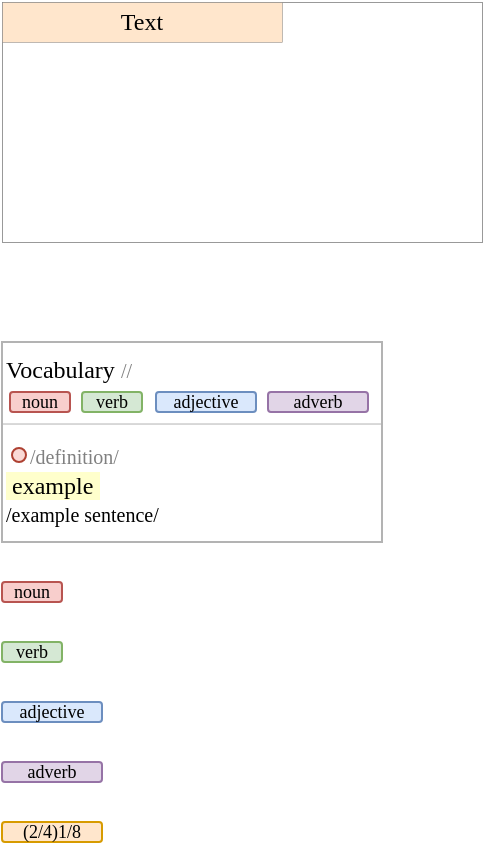
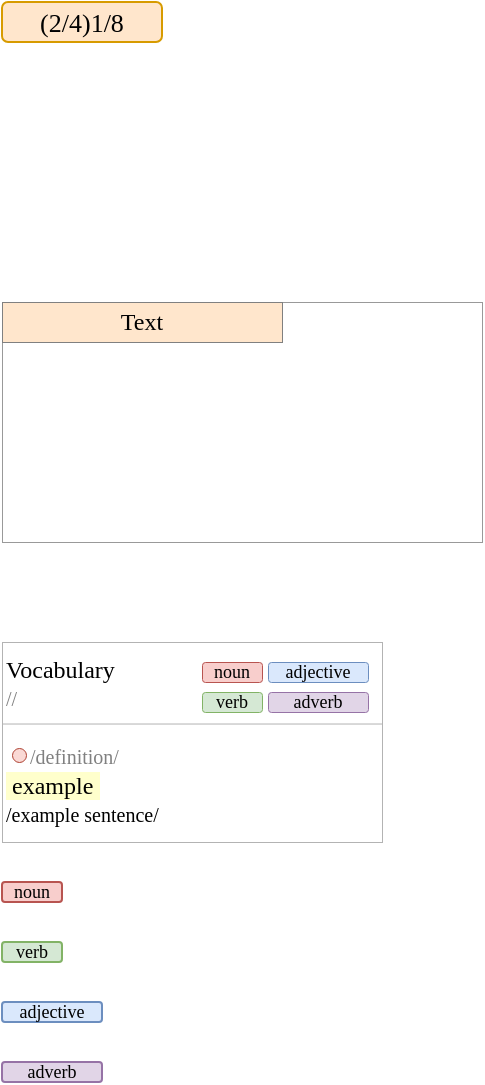
<mxfile host="app.diagrams.net" agent="Mozilla/5.0 (Macintosh; Intel Mac OS X 10_15_7) AppleWebKit/537.36 (KHTML, like Gecko) draw.io/29.3.0 Chrome/140.0.7339.249 Electron/38.7.2 Safari/537.36">
  <diagram name="work" id="fl1Ub4_RzcGnxSHl35ew">
-     <mxGraphModel dx="1087" dy="5137" grid="1" gridSize="10" guides="1" tooltips="1" connect="1" arrows="1" fold="1" page="1" pageScale="1" pageWidth="3300" pageHeight="4681" math="0" shadow="0">
+     <mxGraphModel dx="627" dy="4944" grid="1" gridSize="10" guides="1" tooltips="1" connect="1" arrows="1" fold="1" page="1" pageScale="1" pageWidth="3300" pageHeight="4681" math="0" shadow="0">
      <root>
        <mxCell id="0" />
        <mxCell id="1" parent="0" />
        <mxCell id="IXuCNjXYKzgE3uD9pj-D-1" parent="1" style="rounded=0;whiteSpace=wrap;html=1;fontFamily=Comic Sans MS;align=left;verticalAlign=top;strokeColor=#999999;strokeWidth=0.5;fillColor=none;" value="" vertex="1">
          <mxGeometry height="120" width="240" x="160" y="-10" as="geometry" />
        </mxCell>
-         <mxCell id="IXuCNjXYKzgE3uD9pj-D-2" parent="1" style="text;html=1;whiteSpace=wrap;strokeColor=#808080;fillColor=#FFE6CC;align=center;verticalAlign=middle;rounded=0;strokeWidth=0.25;" value="&lt;font face=&quot;Comic Sans MS&quot;&gt;Text&lt;/font&gt;" vertex="1">
+         <mxCell id="IXuCNjXYKzgE3uD9pj-D-2" parent="1" style="text;html=1;whiteSpace=wrap;strokeColor=#808080;fillColor=#FFE6CC;align=center;verticalAlign=middle;rounded=0;strokeWidth=0.5;" value="&lt;font face=&quot;Comic Sans MS&quot;&gt;Text&lt;/font&gt;" vertex="1">
          <mxGeometry height="20" width="140" x="160" y="-10" as="geometry" />
        </mxCell>
-         <mxCell id="IXuCNjXYKzgE3uD9pj-D-4" parent="1" style="rounded=0;whiteSpace=wrap;html=1;fontFamily=Comic Sans MS;strokeColor=#B3B3B3;align=left;verticalAlign=top;perimeterSpacing=0;spacing=2;labelBackgroundColor=none;" value="&lt;div&gt;&lt;font style=&quot;color: rgb(0, 0, 0);&quot;&gt;Vocabulary&lt;/font&gt;&lt;font style=&quot;color: rgb(128, 128, 128);&quot;&gt; &lt;font style=&quot;font-size: 10px;&quot;&gt;//&lt;/font&gt;&lt;/font&gt;&lt;/div&gt;&lt;div&gt;&lt;font style=&quot;color: rgb(128, 128, 128);&quot;&gt;&lt;br&gt;&lt;/font&gt;&lt;/div&gt;&lt;div&gt;&lt;font style=&quot;color: rgb(128, 128, 128);&quot;&gt;&lt;br&gt;&lt;/font&gt;&lt;/div&gt;&lt;div&gt;&lt;font color=&quot;#808080&quot;&gt;&amp;nbsp; &amp;nbsp; &lt;font style=&quot;font-size: 10px;&quot;&gt;/definition/&lt;/font&gt;&lt;/font&gt;&lt;/div&gt;&lt;div&gt;&lt;font&gt;&lt;span style=&quot;background-color: rgb(255, 255, 204);&quot;&gt;&amp;nbsp;&lt;font style=&quot;color: rgb(0, 0, 0);&quot;&gt;example&lt;/font&gt;&lt;font color=&quot;#808080&quot;&gt;&amp;nbsp;&lt;/font&gt;&lt;/span&gt;&lt;/font&gt;&lt;/div&gt;&lt;div&gt;&lt;font style=&quot;color: rgb(0, 0, 0); font-size: 10px;&quot;&gt;/example sentence/&lt;/font&gt;&lt;/div&gt;" vertex="1">
+         <mxCell id="IXuCNjXYKzgE3uD9pj-D-4" parent="1" style="rounded=0;whiteSpace=wrap;html=1;fontFamily=Comic Sans MS;strokeColor=#B3B3B3;align=left;verticalAlign=top;perimeterSpacing=0;spacing=2;labelBackgroundColor=none;strokeWidth=0.5;" value="&lt;div&gt;&lt;font style=&quot;color: rgb(0, 0, 0);&quot;&gt;Vocabulary&lt;/font&gt;&lt;/div&gt;&lt;div&gt;&lt;font style=&quot;color: rgb(128, 128, 128);&quot;&gt;&lt;font style=&quot;font-size: 10px;&quot;&gt;//&lt;/font&gt;&amp;nbsp;&lt;/font&gt;&lt;/div&gt;&lt;div&gt;&lt;font style=&quot;color: rgb(128, 128, 128);&quot;&gt;&lt;br&gt;&lt;/font&gt;&lt;/div&gt;&lt;div&gt;&lt;font color=&quot;#808080&quot;&gt;&amp;nbsp; &amp;nbsp; &lt;font style=&quot;font-size: 10px;&quot;&gt;/definition/&lt;/font&gt;&lt;/font&gt;&lt;/div&gt;&lt;div&gt;&lt;font&gt;&lt;span style=&quot;background-color: rgb(255, 255, 204);&quot;&gt;&amp;nbsp;&lt;font style=&quot;color: rgb(0, 0, 0);&quot;&gt;example&lt;/font&gt;&lt;font color=&quot;#808080&quot;&gt;&amp;nbsp;&lt;/font&gt;&lt;/span&gt;&lt;/font&gt;&lt;/div&gt;&lt;div&gt;&lt;font style=&quot;color: rgb(0, 0, 0); font-size: 10px;&quot;&gt;/example sentence/&lt;/font&gt;&lt;/div&gt;" vertex="1">
          <mxGeometry height="100" width="190" x="160" y="160" as="geometry" />
        </mxCell>
-         <mxCell id="IXuCNjXYKzgE3uD9pj-D-5" parent="1" style="rounded=1;whiteSpace=wrap;html=1;fontFamily=Comic Sans MS;strokeColor=#b85450;fontSize=9;fillColor=#f8cecc;" value="noun" vertex="1">
-           <mxGeometry height="10" width="30" x="164" y="185" as="geometry" />
+         <mxCell id="IXuCNjXYKzgE3uD9pj-D-5" parent="1" style="rounded=1;whiteSpace=wrap;html=1;fontFamily=Comic Sans MS;strokeColor=#b85450;fontSize=9;fillColor=#f8cecc;strokeWidth=0.5;" value="noun" vertex="1">
+           <mxGeometry height="10" width="30" x="260" y="170" as="geometry" />
        </mxCell>
-         <mxCell id="IXuCNjXYKzgE3uD9pj-D-6" parent="1" style="rounded=1;whiteSpace=wrap;html=1;fontFamily=Comic Sans MS;strokeColor=#82b366;fontSize=9;fillColor=#d5e8d4;" value="verb" vertex="1">
-           <mxGeometry height="10" width="30" x="200" y="185" as="geometry" />
+         <mxCell id="IXuCNjXYKzgE3uD9pj-D-6" parent="1" style="rounded=1;whiteSpace=wrap;html=1;fontFamily=Comic Sans MS;strokeColor=#82b366;fontSize=9;fillColor=#d5e8d4;strokeWidth=0.5;" value="verb" vertex="1">
+           <mxGeometry height="10" width="30" x="260" y="185" as="geometry" />
        </mxCell>
-         <mxCell id="IXuCNjXYKzgE3uD9pj-D-7" parent="1" style="rounded=1;whiteSpace=wrap;html=1;fontFamily=Comic Sans MS;strokeColor=#6c8ebf;fontSize=9;fillColor=#dae8fc;" value="adjective" vertex="1">
-           <mxGeometry height="10" width="50" x="237" y="185" as="geometry" />
+         <mxCell id="IXuCNjXYKzgE3uD9pj-D-7" parent="1" style="rounded=1;whiteSpace=wrap;html=1;fontFamily=Comic Sans MS;strokeColor=#6c8ebf;fontSize=9;fillColor=#dae8fc;strokeWidth=0.5;" value="adjective" vertex="1">
+           <mxGeometry height="10" width="50" x="293" y="170" as="geometry" />
        </mxCell>
        <mxCell id="IXuCNjXYKzgE3uD9pj-D-8" parent="1" style="rounded=1;whiteSpace=wrap;html=1;fontFamily=Comic Sans MS;strokeColor=#9673a6;fontSize=9;fillColor=#e1d5e7;" value="adverb" vertex="1">
          <mxGeometry height="10" width="50" x="160" y="370" as="geometry" />
        </mxCell>
        <mxCell id="IXuCNjXYKzgE3uD9pj-D-9" edge="1" parent="1" style="endArrow=none;html=1;rounded=0;endFill=0;strokeColor=light-dark(#B3B3B3,#EDEDED);strokeWidth=0.5;" value="">
          <mxGeometry height="50" relative="1" width="50" as="geometry">
            <mxPoint x="160" y="200.76" as="sourcePoint" />
            <mxPoint x="350" y="200.76" as="targetPoint" />
          </mxGeometry>
        </mxCell>
        <mxCell id="IXuCNjXYKzgE3uD9pj-D-10" parent="1" style="rounded=1;whiteSpace=wrap;html=1;fontFamily=Comic Sans MS;strokeColor=#b85450;fontSize=9;fillColor=#f8cecc;" value="noun" vertex="1">
          <mxGeometry height="10" width="30" x="160" y="280" as="geometry" />
        </mxCell>
        <mxCell id="IXuCNjXYKzgE3uD9pj-D-11" parent="1" style="rounded=1;whiteSpace=wrap;html=1;fontFamily=Comic Sans MS;strokeColor=#82b366;fontSize=9;fillColor=#d5e8d4;" value="verb" vertex="1">
          <mxGeometry height="10" width="30" x="160" y="310" as="geometry" />
        </mxCell>
-         <mxCell id="IXuCNjXYKzgE3uD9pj-D-12" parent="1" style="ellipse;whiteSpace=wrap;html=1;aspect=fixed;fillColor=#fad9d5;strokeColor=#ae4132;" value="" vertex="1">
+         <mxCell id="IXuCNjXYKzgE3uD9pj-D-12" parent="1" style="ellipse;whiteSpace=wrap;html=1;aspect=fixed;fillColor=#fad9d5;strokeColor=#ae4132;strokeWidth=0.5;" value="" vertex="1">
          <mxGeometry height="7" width="7" x="165" y="213" as="geometry" />
        </mxCell>
        <mxCell id="IXuCNjXYKzgE3uD9pj-D-13" parent="1" style="rounded=1;whiteSpace=wrap;html=1;fontFamily=Comic Sans MS;strokeColor=#6c8ebf;fontSize=9;fillColor=#dae8fc;" value="adjective" vertex="1">
          <mxGeometry height="10" width="50" x="160" y="340" as="geometry" />
        </mxCell>
-         <mxCell id="IXuCNjXYKzgE3uD9pj-D-14" parent="1" style="rounded=1;whiteSpace=wrap;html=1;fontFamily=Comic Sans MS;strokeColor=#9673a6;fontSize=9;fillColor=#e1d5e7;" value="adverb" vertex="1">
+         <mxCell id="IXuCNjXYKzgE3uD9pj-D-14" parent="1" style="rounded=1;whiteSpace=wrap;html=1;fontFamily=Comic Sans MS;strokeColor=#9673a6;fontSize=9;fillColor=#e1d5e7;strokeWidth=0.5;" value="adverb" vertex="1">
          <mxGeometry height="10" width="50" x="293" y="185" as="geometry" />
        </mxCell>
-         <mxCell id="wOfNyO16osAoQMMdlqpN-1" parent="1" style="rounded=1;whiteSpace=wrap;html=1;fontFamily=Comic Sans MS;strokeColor=#d79b00;fontSize=9;fillColor=#ffe6cc;" value="(2/4)1/8" vertex="1">
-           <mxGeometry height="10" width="50" x="160" y="400" as="geometry" />
+         <mxCell id="wOfNyO16osAoQMMdlqpN-1" parent="1" style="rounded=1;whiteSpace=wrap;html=1;fontFamily=Comic Sans MS;strokeColor=#d79b00;fontSize=13;fillColor=#ffe6cc;" value="(2/4)1/8" vertex="1">
+           <mxGeometry height="20" width="80" x="160" y="-160" as="geometry" />
        </mxCell>
      </root>
    </mxGraphModel>
  </diagram>
</mxfile>
